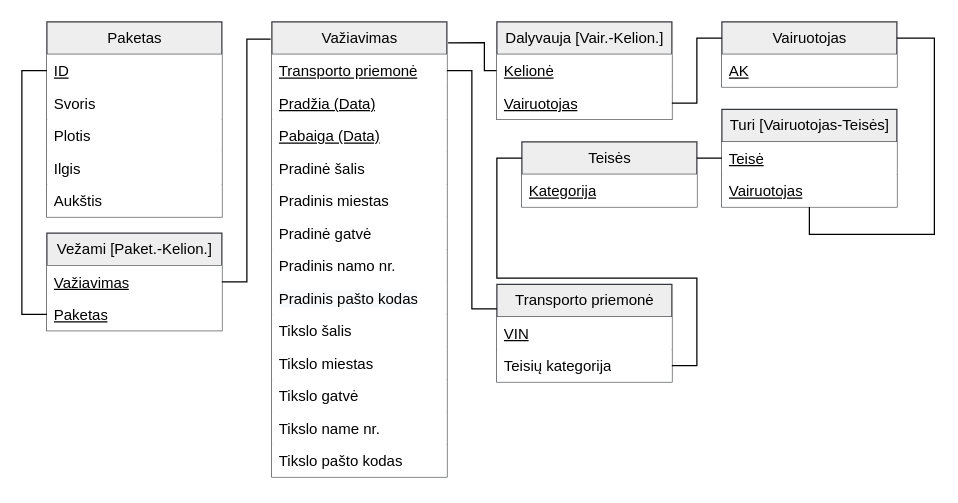
Above: page "Page-2" (2 of 2) of Untitled Diagram.drawio in domanteli0/DBVS (draw.io), before the change. Source tidied: cells renumbered, new cells numbered last; positions are measured from the earlier drawing's top-left corner, leaving out a move shared by most shapes. Both pictures are drawn from the tidied source at 125%, with x=0, y=0 at pixel (46, 21).
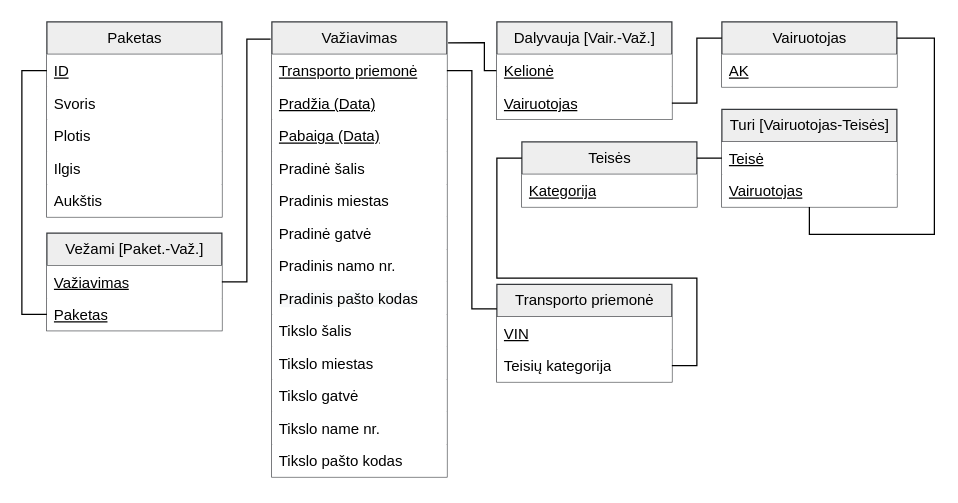
The same page after the edit.

Change to the diagram source:
```diff
@@
-    <mxCell id="30" value="&lt;span style=&quot;&quot;&gt;Dalyvauja [Vair.-Kelion.]&lt;/span&gt;" style="swimlane;fontStyle=0;horizontal=1;startSize=26;html=1;sketch=0;fontFamily=Helvetica;fontSize=12;fillColor=#eeeeee;strokeColor=#36393d;" parent="1" vertex="1">
+    <mxCell id="30" value="&lt;span style=&quot;&quot;&gt;Dalyvauja [Vair.-Važ.]&lt;/span&gt;" style="swimlane;fontStyle=0;horizontal=1;startSize=26;html=1;sketch=0;fontFamily=Helvetica;fontSize=12;fillColor=#eeeeee;strokeColor=#36393d;" parent="1" vertex="1">
       <mxGeometry x="360" width="140" height="78" as="geometry" />
     </mxCell>
@@
-    <mxCell id="33" value="&lt;span style=&quot;&quot;&gt;Vežami [Paket.-Kelion.]&lt;/span&gt;" style="swimlane;fontStyle=0;horizontal=1;startSize=26;html=1;sketch=0;fontFamily=Helvetica;fontSize=12;fillColor=#eeeeee;strokeColor=#36393d;" parent="1" vertex="1">
+    <mxCell id="33" value="&lt;span style=&quot;&quot;&gt;Vežami [Paket.-Važ.]&lt;/span&gt;" style="swimlane;fontStyle=0;horizontal=1;startSize=26;html=1;sketch=0;fontFamily=Helvetica;fontSize=12;fillColor=#eeeeee;strokeColor=#36393d;" parent="1" vertex="1">
       <mxGeometry y="169" width="140" height="78" as="geometry" />
     </mxCell>
```
